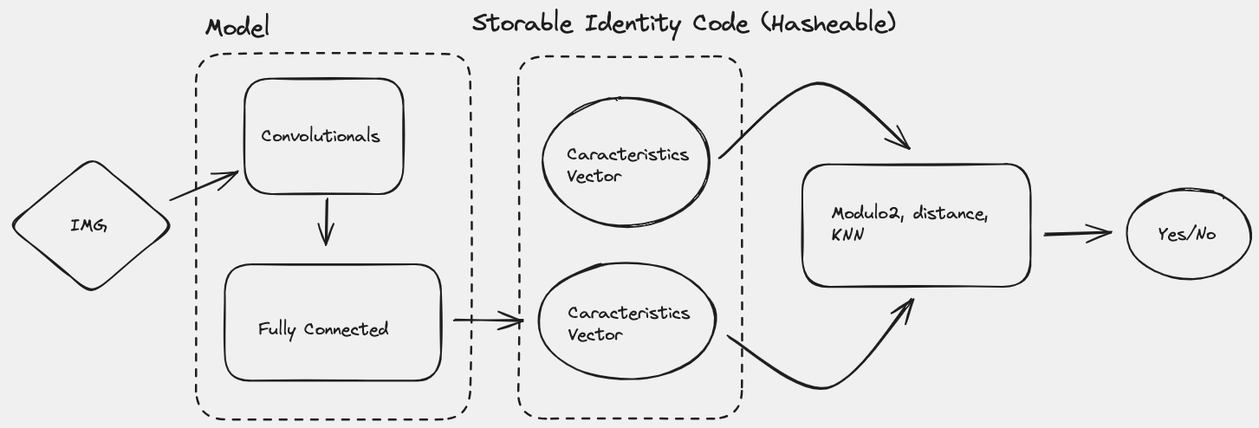
Earlier version of the Excalidraw export project/doc/concept.excalidraw.png (NelsonCC1812/VC_practicas). Source tidied: one line per element, renumbered; positions are measured from the earlier drawing's top-left corner, leaving out a move shared by most shapes.
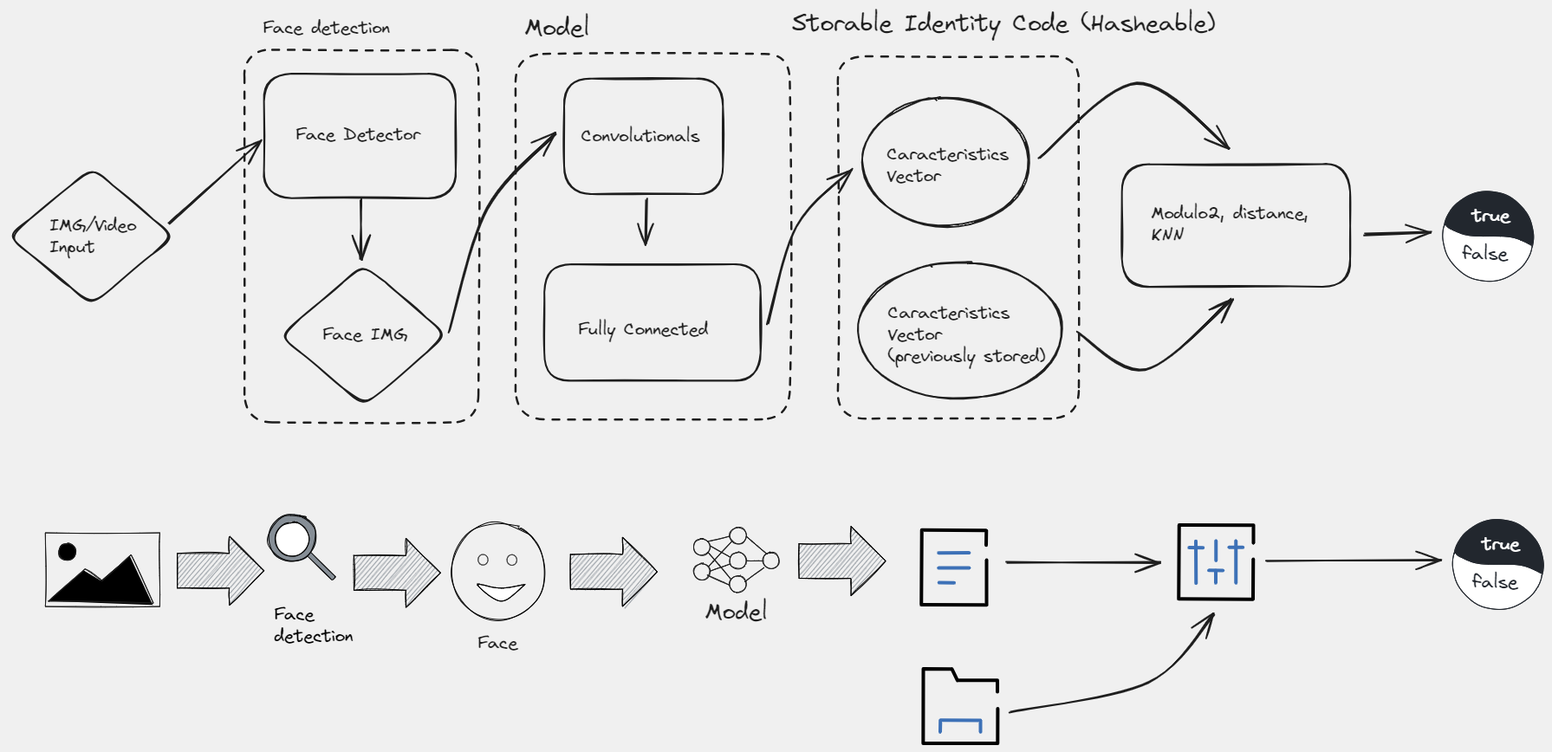
Above is the later version.

Commit message:
P: updated concept schema

Change to the diagram source:
```diff
@@ -1,24 +1,88 @@
-{"id": 0, "type": "diamond", "strokeColor": "#1e1e1e", "strokeWidth": 2, "roughness": 1, "round": true, "x": 0, "y": 171, "width": 191, "height": 158}
+{"id": 0, "type": "diamond", "strokeColor": "#1e1e1e", "strokeWidth": 2, "roughness": 1, "round": true, "x": -369, "y": 184, "width": 191, "height": 158}
-{"id": 1, "type": "text", "text": "IMG", "strokeColor": "#1e1e1e", "strokeWidth": 2, "roughness": 1, "fontSize": 20, "fontFamily": 1, "x": 72, "y": 238, "width": 42, "height": 25}
+{"id": 24, "type": "text", "text": "IMG/Video\nInput", "strokeColor": "#1e1e1e", "strokeWidth": 2, "roughness": 1, "fontSize": 20, "fontFamily": 1, "x": -322, "y": 238, "width": 100, "height": 50}
+{"id": 10, "type": "rectangle", "strokeColor": "#1e1e1e", "strokeWidth": 2, "roughness": 1, "round": true, "x": 272, "y": 81, "width": 183, "height": 133}
+{"id": 11, "type": "text", "text": "Convolutionals", "strokeColor": "#1e1e1e", "strokeWidth": 2, "roughness": 1, "fontSize": 20, "fontFamily": 1, "x": 292, "y": 135, "width": 137, "height": 25}
+{"id": 13, "type": "rectangle", "strokeColor": "#1e1e1e", "strokeWidth": 2, "roughness": 1, "round": true, "x": 249, "y": 295, "width": 250, "height": 134}
+{"id": 14, "type": "text", "text": "Fully Connected", "strokeColor": "#1e1e1e", "strokeWidth": 2, "roughness": 1, "fontSize": 20, "fontFamily": 1, "x": 288, "y": 358, "width": 150, "height": 25}
+{"id": 15, "type": "arrow", "strokeColor": "#1e1e1e", "strokeWidth": 2, "roughness": 1, "endArrowhead": "arrow", "round": true, "from": 10, "to": 13, "x": 367, "y": 220, "width": 0, "height": 51, "points": [[0, 0], [0, 51]]}
+{"id": 16, "type": "rectangle", "strokeColor": "#1e1e1e", "strokeWidth": 2, "strokeStyle": "dashed", "roughness": 1, "round": true, "x": 216, "y": 52, "width": 317, "height": 422}
+{"id": 17, "type": "text", "text": "Model", "strokeColor": "#1e1e1e", "strokeWidth": 2, "strokeStyle": "dashed", "roughness": 1, "fontSize": 28, "fontFamily": 1, "x": 226, "y": 5, "width": 76, "height": 35}
+{"id": 25, "type": "diamond", "strokeColor": "#1e1e1e", "strokeWidth": 2, "roughness": 1, "round": true, "x": -55, "y": 295, "width": 192, "height": 164}
+{"id": 26, "type": "arrow", "strokeColor": "#1e1e1e", "strokeWidth": 2, "roughness": 1, "endArrowhead": "arrow", "round": true, "from": 30, "to": 25, "x": 38, "y": 220, "width": 0, "height": 69, "points": [[0, 0], [0, 69]]}
+{"id": 27, "type": "text", "text": "Face IMG", "strokeColor": "#1e1e1e", "strokeWidth": 2, "roughness": 1, "fontSize": 20, "fontFamily": 1, "x": -7, "y": 364, "width": 98, "height": 25}
+{"id": 28, "type": "rectangle", "strokeColor": "#1e1e1e", "strokeWidth": 2, "strokeStyle": "dashed", "roughness": 1, "round": true, "x": -97, "y": 48, "width": 270, "height": 430}
+{"id": 29, "type": "text", "text": "Face detection", "strokeColor": "#1e1e1e", "strokeWidth": 2, "strokeStyle": "dashed", "roughness": 1, "fontSize": 20, "fontFamily": 1, "x": -75, "y": 10, "width": 146, "height": 25}
+{"id": 30, "type": "rectangle", "strokeColor": "#1e1e1e", "strokeWidth": 2, "roughness": 1, "round": true, "x": -74, "y": 75, "width": 221, "height": 144}
+{"id": 31, "type": "text", "text": "Face Detector", "strokeColor": "#1e1e1e", "strokeWidth": 2, "roughness": 1, "fontSize": 19.67, "fontFamily": 1, "x": -37, "y": 134, "width": 143, "height": 25}
-{"id": 2, "type": "arrow", "strokeColor": "#1e1e1e", "strokeWidth": 2, "roughness": 1, "endArrowhead": "arrow", "round": true, "from": 13, "to": 20, "x": 514, "y": 360, "width": 78, "height": 1, "points": [[0, 0], [78, -1]]}
+{"id": 2, "type": "arrow", "strokeColor": "#1e1e1e", "strokeWidth": 2, "roughness": 1, "endArrowhead": "arrow", "round": true, "from": 13, "to": 18, "x": 507, "y": 364, "width": 98, "height": 180, "points": [[0, 0], [33, -114], [98, -180]]}
 {"id": 3, "type": "rectangle", "strokeColor": "#1e1e1e", "strokeWidth": 2, "roughness": 1, "round": true, "x": 916, "y": 179, "width": 263, "height": 142}
 {"id": 4, "type": "arrow", "strokeColor": "#1e1e1e", "strokeWidth": 2, "roughness": 1, "endArrowhead": "arrow", "round": true, "from": 18, "to": 3, "x": 820, "y": 172, "width": 220, "height": 86, "points": [[0, 0], [112, -86], [220, -10]]}
-{"id": 5, "type": "arrow", "strokeColor": "#1e1e1e", "strokeWidth": 2, "roughness": 1, "endArrowhead": "arrow", "round": true, "from": 20, "to": 3, "x": 830, "y": 378, "width": 212, "height": 102, "points": [[0, 0], [115, 60], [212, -42]]}
+{"id": 5, "type": "arrow", "strokeColor": "#1e1e1e", "strokeWidth": 2, "roughness": 1, "endArrowhead": "arrow", "round": true, "from": 20, "to": 3, "x": 865, "y": 373, "width": 178, "height": 80, "points": [[0, 0], [80, 43], [178, -37]]}
-{"id": 6, "type": "arrow", "strokeColor": "#1e1e1e", "strokeWidth": 2, "roughness": 1, "endArrowhead": "arrow", "round": true, "from": 3, "to": 7, "x": 1196, "y": 260, "width": 77, "height": 2, "points": [[0, 0], [77, -2]]}
+{"id": 6, "type": "arrow", "strokeColor": "#1e1e1e", "strokeWidth": 2, "roughness": 1, "endArrowhead": "arrow", "round": true, "from": 3, "x": 1196, "y": 260, "width": 77, "height": 2, "points": [[0, 0], [77, -2]]}
-{"id": 7, "type": "ellipse", "strokeColor": "#1e1e1e", "strokeWidth": 2, "roughness": 1, "round": true, "x": 1290, "y": 208, "width": 143, "height": 103}
-{"id": 8, "type": "text", "text": "Yes/No", "strokeColor": "#1e1e1e", "strokeWidth": 2, "roughness": 1, "fontSize": 20, "fontFamily": 1, "x": 1327, "y": 248, "width": 66, "height": 25}
 {"id": 9, "type": "text", "text": "Modulo2, distance,\nKNN", "strokeColor": "#1e1e1e", "strokeWidth": 2, "roughness": 1, "fontSize": 20, "fontFamily": 1, "x": 949, "y": 224, "width": 182, "height": 50}
-{"id": 10, "type": "rectangle", "strokeColor": "#1e1e1e", "strokeWidth": 2, "roughness": 1, "round": true, "x": 272, "y": 81, "width": 183, "height": 133}
-{"id": 11, "type": "text", "text": "Convolutionals", "strokeColor": "#1e1e1e", "strokeWidth": 2, "roughness": 1, "fontSize": 20, "fontFamily": 1, "x": 292, "y": 135, "width": 137, "height": 25}
-{"id": 12, "type": "arrow", "strokeColor": "#1e1e1e", "strokeWidth": 2, "roughness": 1, "endArrowhead": "arrow", "round": true, "from": 16, "to": 10, "x": 187, "y": 220, "width": 77, "height": 33, "points": [[0, 0], [77, -33]]}
-{"id": 13, "type": "rectangle", "strokeColor": "#1e1e1e", "strokeWidth": 2, "roughness": 1, "round": true, "x": 249, "y": 295, "width": 250, "height": 134}
-{"id": 14, "type": "text", "text": "Fully Connected", "strokeColor": "#1e1e1e", "strokeWidth": 2, "roughness": 1, "fontSize": 20, "fontFamily": 1, "x": 288, "y": 358, "width": 150, "height": 25}
-{"id": 15, "type": "arrow", "strokeColor": "#1e1e1e", "strokeWidth": 2, "roughness": 1, "endArrowhead": "arrow", "round": true, "from": 10, "to": 13, "x": 367, "y": 220, "width": 0, "height": 51, "points": [[0, 0], [0, 51]]}
-{"id": 16, "type": "rectangle", "strokeColor": "#1e1e1e", "strokeWidth": 2, "strokeStyle": "dashed", "roughness": 1, "round": true, "x": 216, "y": 52, "width": 317, "height": 422}
-{"id": 17, "type": "text", "text": "Model", "strokeColor": "#1e1e1e", "strokeWidth": 2, "strokeStyle": "dashed", "roughness": 1, "fontSize": 28, "fontFamily": 1, "x": 226, "y": 5, "width": 76, "height": 35}
+{"id": 32, "type": "arrow", "strokeColor": "#1e1e1e", "strokeWidth": 2, "roughness": 1, "endArrowhead": "arrow", "round": true, "from": 0, "to": 30, "x": -183, "y": 248, "width": 105, "height": 96, "points": [[0, 0], [105, -96]]}
+{"id": 33, "type": "arrow", "strokeColor": "#1e1e1e", "strokeWidth": 2, "roughness": 1, "endArrowhead": "arrow", "round": true, "from": 25, "to": 10, "x": 140, "y": 373, "width": 122, "height": 229, "points": [[0, 0], [44, -141], [122, -229]]}
 {"id": 18, "type": "ellipse", "strokeColor": "#1e1e1e", "strokeWidth": 2, "roughness": 1, "round": true, "x": 616, "y": 103, "width": 192, "height": 148}
 {"id": 19, "type": "text", "text": "Caracteristics\nVector", "strokeColor": "#1e1e1e", "strokeWidth": 2, "roughness": 1, "fontSize": 20, "fontFamily": 1, "x": 644, "y": 156, "width": 141, "height": 50}
-{"id": 20, "type": "ellipse", "strokeColor": "#1e1e1e", "strokeWidth": 2, "roughness": 1, "round": true, "x": 611, "y": 293, "width": 204, "height": 135}
+{"id": 20, "type": "ellipse", "strokeColor": "#1e1e1e", "strokeWidth": 2, "roughness": 1, "round": true, "x": 611, "y": 293, "width": 236, "height": 157}
-{"id": 21, "type": "text", "text": "Caracteristics\nVector", "strokeColor": "#1e1e1e", "strokeWidth": 2, "roughness": 1, "fontSize": 20, "fontFamily": 1, "x": 646, "y": 339, "width": 141, "height": 50}
+{"id": 21, "type": "text", "text": "Caracteristics\nVector\n(previously stored)", "strokeColor": "#1e1e1e", "strokeWidth": 2, "roughness": 1, "fontSize": 20, "fontFamily": 1, "x": 646, "y": 339, "width": 181, "height": 75}
-{"id": 22, "type": "rectangle", "strokeColor": "#1e1e1e", "strokeWidth": 2, "strokeStyle": "dashed", "roughness": 1, "round": true, "x": 588, "y": 55, "width": 258, "height": 418}
+{"id": 22, "type": "rectangle", "strokeColor": "#1e1e1e", "strokeWidth": 2, "strokeStyle": "dashed", "roughness": 1, "round": true, "x": 588, "y": 55, "width": 278, "height": 418}
 {"id": 23, "type": "text", "text": "Storable Identity Code (Hasheable)", "strokeColor": "#1e1e1e", "strokeWidth": 2, "strokeStyle": "dashed", "roughness": 1, "fontSize": 28, "fontFamily": 1, "x": 535, "y": 0, "width": 488, "height": 35}
+{"id": 34, "type": "line", "strokeColor": "#22272e", "backgroundColor": "#22272e", "fillStyle": "solid", "strokeWidth": 1, "roughness": 0, "round": true, "x": 1288, "y": 252, "width": 103, "height": 64, "points": [[0, 0], [26, 10], [72, 12], [94, 19], [101, 23], [103, 6], [96, -16], [76, -35], [53, -41], [32, -38], [14, -26], [3, -12], [0, 0]]}
+{"id": 35, "type": "text", "text": "true", "strokeColor": "#ffffff", "backgroundColor": "#ffffff", "fillStyle": "solid", "strokeWidth": 1, "roughness": 0, "fontSize": 20.75, "fontFamily": 1, "textAlign": "center", "x": 1319, "y": 227, "width": 44, "height": 27}
+{"id": 36, "type": "line", "strokeColor": "#22272e", "angle": 3.14, "backgroundColor": "#ffffff", "fillStyle": "solid", "strokeWidth": 1, "roughness": 0, "round": true, "x": 1286, "y": 291, "width": 103, "height": 64, "points": [[0, 0], [26, 10], [72, 12], [94, 19], [101, 23], [103, 6], [96, -16], [76, -35], [53, -41], [32, -38], [14, -26], [3, -12], [0, 0]]}
+{"id": 37, "type": "text", "text": "false", "strokeColor": "#22272e", "backgroundColor": "#ffffff", "fillStyle": "solid", "strokeWidth": 1, "roughness": 0, "fontSize": 20.75, "fontFamily": 1, "textAlign": "center", "x": 1309, "y": 271, "width": 52, "height": 27}
+{"id": 38, "type": "rectangle", "strokeColor": "#1e1e1e", "strokeWidth": 1, "roughness": 1, "x": -326, "y": 605, "width": 132, "height": 85}
+{"id": 39, "type": "line", "strokeColor": "#1e1e1e", "backgroundColor": "black", "fillStyle": "solid", "strokeWidth": 1, "roughness": 1, "x": -322, "y": 684, "width": 121, "height": 56, "points": [[0, 0], [42, -37], [62, -24], [95, -54], [121, 2], [0, 0]]}
+{"id": 40, "type": "ellipse", "strokeColor": "#1e1e1e", "backgroundColor": "black", "fillStyle": "solid", "strokeWidth": 1, "roughness": 1, "x": -311, "y": 617, "width": 20, "height": 20}
+{"id": 41, "type": "line", "strokeColor": "#000000", "backgroundColor": "#868e96", "fillStyle": "hachure", "strokeWidth": 1, "roughness": 1, "x": -174, "y": 629, "width": 100, "height": 80, "points": [[0, 0], [0, 40], [60, 40], [60, 60], [100, 20], [60, -20], [60, 0], [0, 0]]}
+{"id": 42, "type": "line", "strokeColor": "#000000", "backgroundColor": "#868e96", "fillStyle": "hachure", "strokeWidth": 1, "roughness": 1, "x": 30, "y": 631, "width": 100, "height": 80, "points": [[0, 0], [0, 40], [60, 40], [60, 60], [100, 20], [60, -20], [60, 0], [0, 0]]}
+{"id": 43, "type": "line", "strokeColor": "#000000", "backgroundColor": "#868e96", "fillStyle": "hachure", "strokeWidth": 1, "roughness": 1, "x": 280, "y": 630, "width": 100, "height": 80, "points": [[0, 0], [0, 40], [60, 40], [60, 60], [100, 20], [60, -20], [60, 0], [0, 0]]}
+{"id": 44, "type": "line", "strokeColor": "#000000", "backgroundColor": "#868e96", "fillStyle": "hachure", "strokeWidth": 1, "roughness": 1, "x": 543, "y": 618, "width": 100, "height": 80, "points": [[0, 0], [0, 40], [60, 40], [60, 60], [100, 20], [60, -20], [60, 0], [0, 0]]}
+{"id": 45, "type": "ellipse", "strokeColor": "#000000", "strokeWidth": 1, "roughness": 1, "x": 143, "y": 593, "width": 108, "height": 112}
+{"id": 46, "type": "ellipse", "strokeColor": "#000000", "strokeWidth": 1, "roughness": 0, "x": 173, "y": 630, "width": 11, "height": 12}
+{"id": 47, "type": "ellipse", "strokeColor": "#000000", "strokeWidth": 1, "roughness": 0, "x": 206, "y": 630, "width": 11, "height": 12}
+{"id": 48, "type": "line", "strokeColor": "#000000", "backgroundColor": "#ffffff", "fillStyle": "solid", "strokeWidth": 1, "roughness": 0, "round": true, "x": 227, "y": 664, "width": 55, "height": 19, "points": [[0, 0], [-21, 4], [-34, 4], [-55, 1], [-28, 19], [0, 0]]}
+{"id": 49, "type": "text", "text": "Face\ndetection", "strokeColor": "#000000", "backgroundColor": "#868e96", "fillStyle": "solid", "strokeWidth": 1, "roughness": 1, "fontSize": 20, "fontFamily": 1, "round": true, "x": -62, "y": 687, "width": 91, "height": 50}
+{"id": 50, "type": "rectangle", "strokeColor": "#000000", "angle": 0.79, "backgroundColor": "#868e96", "fillStyle": "solid", "strokeWidth": 1, "roughness": 1, "round": true, "x": -43, "y": 634, "width": 59, "height": 6}
+{"id": 51, "type": "ellipse", "strokeColor": "#000000", "backgroundColor": "#868e96", "fillStyle": "solid", "strokeWidth": 1, "roughness": 1, "round": true, "x": -69, "y": 584, "width": 55, "height": 55}
+{"id": 52, "type": "ellipse", "strokeColor": "#000000", "backgroundColor": "white", "fillStyle": "solid", "strokeWidth": 1, "roughness": 1, "round": true, "x": -61, "y": 593, "width": 40, "height": 40}
+{"id": 53, "type": "line", "strokeColor": "#000", "backgroundColor": "#ff00", "fillStyle": "solid", "strokeWidth": 4, "roughness": 0, "x": 759, "y": 619, "width": 75, "height": 87, "points": [[0, 0], [0, -17], [-74, -18], [-75, 69], [0, 69], [0, 17]]}
+{"id": 54, "type": "line", "strokeColor": "#3d71b7", "backgroundColor": "#ff00", "fillStyle": "solid", "strokeWidth": 4, "roughness": 0, "x": 704, "y": 628, "width": 35, "height": 0, "points": [[0, 0], [35, 0]]}
+{"id": 55, "type": "line", "strokeColor": "#3d71b7", "backgroundColor": "#ff00", "fillStyle": "solid", "strokeWidth": 4, "roughness": 0, "x": 704, "y": 646, "width": 35, "height": 0, "points": [[0, 0], [35, 0]]}
+{"id": 56, "type": "line", "strokeColor": "#3d71b7", "backgroundColor": "#ff00", "fillStyle": "solid", "strokeWidth": 4, "roughness": 0, "x": 705, "y": 663, "width": 17, "height": 0, "points": [[0, 0], [17, 0]]}
+{"id": 57, "type": "line", "strokeColor": "#000", "backgroundColor": "#ff00", "fillStyle": "solid", "strokeWidth": 4, "roughness": 0, "x": 772, "y": 789, "width": 86, "height": 86, "points": [[0, 0], [0, -13], [-46, -13], [-53, -26], [-86, -26], [-86, 59], [0, 60], [0, 20]]}
+{"id": 58, "type": "line", "strokeColor": "#3d71b7", "backgroundColor": "#ff00", "fillStyle": "solid", "strokeWidth": 4, "roughness": 0, "x": 706, "y": 835, "width": 47, "height": 14, "points": [[0, 0], [0, -14], [46, -13], [47, 0]]}
+{"id": 59, "type": "ellipse", "strokeColor": "#1e1e1e", "strokeWidth": 1, "roughness": 1, "opacity": 0, "x": 392, "y": 577, "width": 157, "height": 157}
+{"id": 60, "type": "ellipse", "strokeColor": "#1e1e1e", "strokeWidth": 1, "roughness": 1, "x": 463, "y": 599, "width": 19, "height": 19}
+{"id": 61, "type": "ellipse", "strokeColor": "#1e1e1e", "strokeWidth": 1, "roughness": 1, "x": 463, "y": 628, "width": 19, "height": 19}
+{"id": 62, "type": "ellipse", "strokeColor": "#1e1e1e", "strokeWidth": 1, "roughness": 1, "x": 463, "y": 655, "width": 19, "height": 19}
+{"id": 63, "type": "ellipse", "strokeColor": "#1e1e1e", "strokeWidth": 1, "roughness": 1, "x": 421, "y": 612, "width": 19, "height": 19}
+{"id": 64, "type": "ellipse", "strokeColor": "#1e1e1e", "strokeWidth": 1, "roughness": 1, "x": 421, "y": 640, "width": 19, "height": 19}
+{"id": 65, "type": "ellipse", "strokeColor": "#1e1e1e", "strokeWidth": 1, "roughness": 1, "x": 501, "y": 628, "width": 19, "height": 19}
+{"id": 66, "type": "line", "strokeColor": "#1e1e1e", "strokeWidth": 1, "roughness": 1, "x": 438, "y": 615, "width": 26, "height": 6, "points": [[0, 0], [26, -6]]}
+{"id": 67, "type": "line", "strokeColor": "#1e1e1e", "strokeWidth": 1, "roughness": 1, "x": 482, "y": 609, "width": 25, "height": 21, "points": [[0, 0], [25, 21]]}
+{"id": 68, "type": "line", "strokeColor": "#1e1e1e", "strokeWidth": 1, "roughness": 1, "x": 482, "y": 637, "width": 20, "height": 0, "points": [[0, 0], [20, 0]]}
+{"id": 69, "type": "line", "strokeColor": "#1e1e1e", "strokeWidth": 1, "roughness": 1, "x": 481, "y": 662, "width": 22, "height": 17, "points": [[0, 0], [22, -17]]}
+{"id": 70, "type": "line", "strokeColor": "#1e1e1e", "strokeWidth": 1, "roughness": 1, "x": 441, "y": 620, "width": 23, "height": 13, "points": [[0, 0], [23, 13]]}
+{"id": 71, "type": "line", "strokeColor": "#1e1e1e", "strokeWidth": 1, "roughness": 1, "x": 438, "y": 627, "width": 26, "height": 31, "points": [[0, 0], [26, 31]]}
+{"id": 72, "type": "line", "strokeColor": "#1e1e1e", "strokeWidth": 1, "roughness": 1, "x": 439, "y": 644, "width": 27, "height": 29, "points": [[0, 0], [27, -29]]}
+{"id": 73, "type": "line", "strokeColor": "#1e1e1e", "strokeWidth": 1, "roughness": 1, "x": 440, "y": 650, "width": 24, "height": 9, "points": [[0, 0], [24, -9]]}
+{"id": 74, "type": "line", "strokeColor": "#1e1e1e", "strokeWidth": 1, "roughness": 1, "x": 437, "y": 654, "width": 26, "height": 12, "points": [[0, 0], [26, 12]]}
+{"id": 75, "type": "text", "text": "Model", "strokeColor": "#1e1e1e", "strokeWidth": 1, "roughness": 1, "fontSize": 26.85, "fontFamily": 1, "textAlign": "center", "x": 435, "y": 681, "width": 72, "height": 34}
+{"id": 76, "type": "arrow", "strokeColor": "#1e1e1e", "strokeWidth": 2, "roughness": 1, "endArrowhead": "arrow", "round": true, "x": 783, "y": 640, "width": 176, "height": 2, "points": [[0, 0], [176, -2]]}
+{"id": 77, "type": "arrow", "strokeColor": "#1e1e1e", "strokeWidth": 2, "roughness": 1, "endArrowhead": "arrow", "round": true, "x": 787, "y": 813, "width": 236, "height": 114, "points": [[0, 0], [160, -35], [236, -114]]}
+{"id": 78, "type": "line", "strokeColor": "#000", "backgroundColor": "#ff00", "fillStyle": "solid", "strokeWidth": 4, "roughness": 0, "x": 1068, "y": 617, "width": 86, "height": 86, "points": [[0, 0], [0, -20], [-86, -21], [-86, 65], [0, 65], [0, 19]]}
+{"id": 79, "type": "line", "strokeColor": "#3d71b7", "backgroundColor": "#ff00", "fillStyle": "solid", "strokeWidth": 4, "roughness": 0, "x": 993, "y": 622, "width": 16, "height": 0, "points": [[0, 0], [16, 0]]}
+{"id": 80, "type": "line", "strokeColor": "#3d71b7", "backgroundColor": "#ff00", "fillStyle": "solid", "strokeWidth": 4, "roughness": 0, "x": 1001, "y": 615, "width": 0, "height": 48, "points": [[0, 0], [0, 48]]}
+{"id": 81, "type": "line", "strokeColor": "#3d71b7", "backgroundColor": "#ff00", "fillStyle": "solid", "strokeWidth": 4, "roughness": 0, "x": 1040, "y": 622, "width": 16, "height": 0, "points": [[0, 0], [16, 0]]}
+{"id": 82, "type": "line", "strokeColor": "#3d71b7", "backgroundColor": "#ff00", "fillStyle": "solid", "strokeWidth": 4, "roughness": 0, "x": 1047, "y": 614, "width": 0, "height": 48, "points": [[0, 0], [0, 48]]}
+{"id": 83, "type": "line", "strokeColor": "#3d71b7", "backgroundColor": "#ff00", "fillStyle": "solid", "strokeWidth": 4, "roughness": 0, "x": 1025, "y": 614, "width": 0, "height": 23, "points": [[0, 0], [0, 23]]}
+{"id": 84, "type": "line", "strokeColor": "#3d71b7", "backgroundColor": "#ff00", "fillStyle": "solid", "strokeWidth": 4, "roughness": 0, "x": 1016, "y": 648, "width": 16, "height": 0, "points": [[0, 0], [16, 0]]}
+{"id": 85, "type": "line", "strokeColor": "#3d71b7", "backgroundColor": "#ff00", "fillStyle": "solid", "strokeWidth": 4, "roughness": 0, "x": 1024, "y": 649, "width": 0, "height": 14, "points": [[0, 0], [0, 14]]}
+{"id": 86, "type": "arrow", "strokeColor": "#1e1e1e", "strokeWidth": 2, "roughness": 1, "endArrowhead": "arrow", "round": true, "x": 1084, "y": 637, "width": 201, "height": 0, "points": [[0, 0], [201, 0]]}
+{"id": 87, "type": "line", "strokeColor": "#22272e", "backgroundColor": "#22272e", "fillStyle": "solid", "strokeWidth": 1, "roughness": 0, "round": true, "x": 1299, "y": 631, "width": 103, "height": 64, "points": [[0, 0], [26, 10], [72, 12], [94, 19], [101, 23], [103, 6], [96, -16], [76, -35], [53, -41], [32, -38], [14, -26], [3, -12], [0, 0]]}
+{"id": 88, "type": "text", "text": "true", "strokeColor": "#ffffff", "backgroundColor": "#ffffff", "fillStyle": "solid", "strokeWidth": 1, "roughness": 0, "fontSize": 20.75, "fontFamily": 1, "textAlign": "center", "x": 1331, "y": 606, "width": 44, "height": 27}
+{"id": 89, "type": "line", "strokeColor": "#22272e", "angle": 3.14, "backgroundColor": "#ffffff", "fillStyle": "solid", "strokeWidth": 1, "roughness": 0, "round": true, "x": 1298, "y": 670, "width": 103, "height": 64, "points": [[0, 0], [26, 10], [72, 12], [94, 19], [101, 23], [103, 6], [96, -16], [76, -35], [53, -41], [32, -38], [14, -26], [3, -12], [0, 0]]}
+{"id": 90, "type": "text", "text": "false", "strokeColor": "#22272e", "backgroundColor": "#ffffff", "fillStyle": "solid", "strokeWidth": 1, "roughness": 0, "fontSize": 20.75, "fontFamily": 1, "textAlign": "center", "x": 1320, "y": 650, "width": 52, "height": 27}
+{"id": 91, "type": "text", "text": "Face", "strokeColor": "#1e1e1e", "strokeWidth": 2, "roughness": 1, "fontSize": 20, "fontFamily": 1, "x": 173, "y": 720, "width": 46, "height": 25}
```
